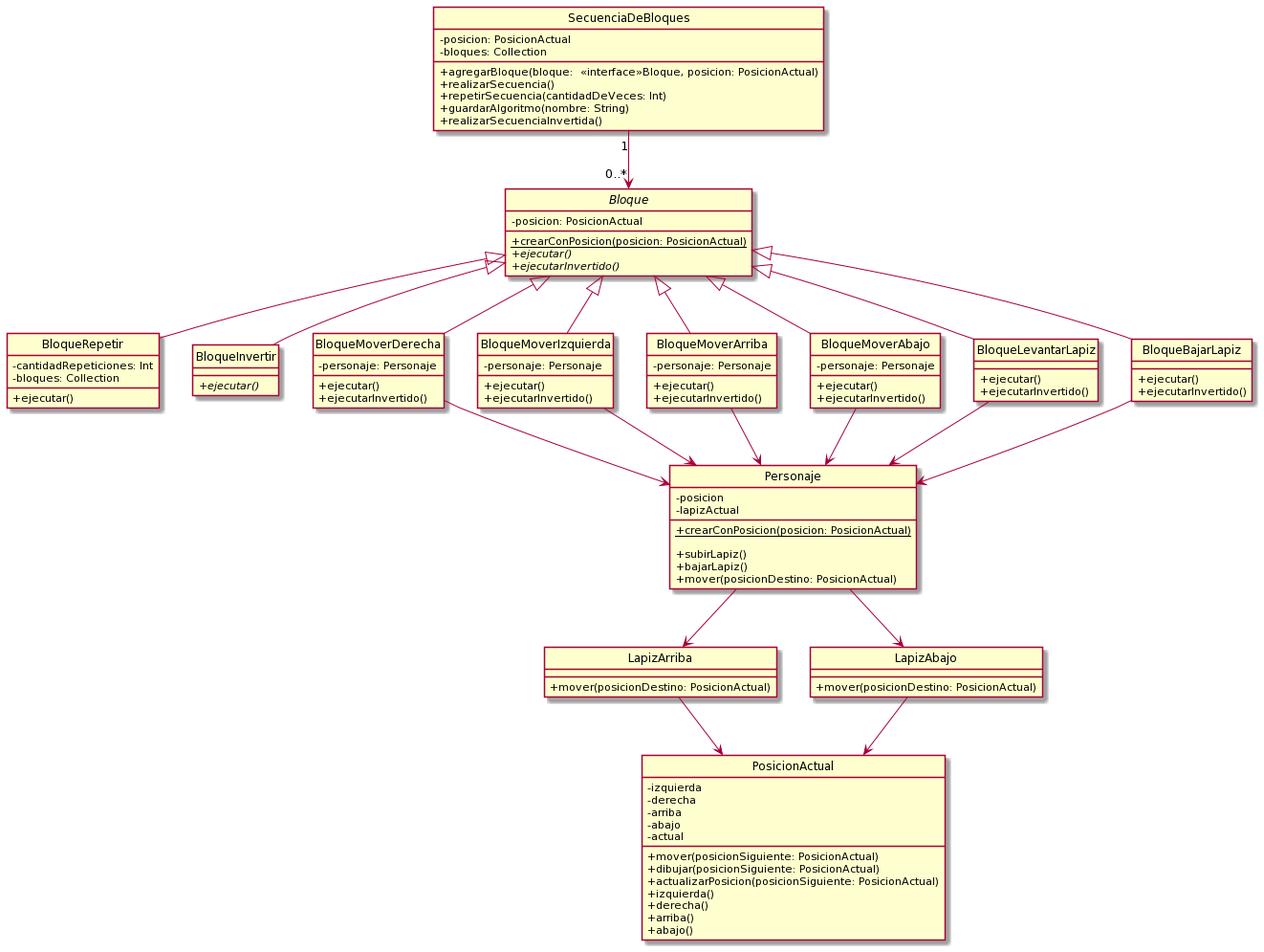
Above: diagramas/secuencia.png in gsabatino9/TP2---algoritmos-3 (PlantUML), before the change. Source of this version:
```plantuml
@startuml
hide circle
skinparam classAttributeIconSize 0

class SecuenciaDeBloques{
-posicion: PosicionActual
-bloques: Collection

+agregarBloque(bloque:  <<interface>>Bloque, posicion: PosicionActual)
+realizarSecuencia()
+repetirSecuencia(cantidadDeVeces: Int)
+guardarAlgoritmo(nombre: String)
+realizarSecuenciaInvertida()
}

class BloqueRepetir{
-cantidadRepeticiones: Int
-bloques: Collection

+ejecutar()
}


interface Bloque{
-posicion: PosicionActual

+{static} crearConPosicion(posicion: PosicionActual)
+{abstract} ejecutar()
+{abstract}ejecutarInvertido()
}


class BloqueInvertir{
+{abstract}ejecutar()
}

class BloqueMoverDerecha{
-personaje: Personaje

+ejecutar()
+ejecutarInvertido()
}

class BloqueMoverIzquierda{
-personaje: Personaje

+ejecutar()
+ejecutarInvertido()
}

class BloqueMoverArriba{
-personaje: Personaje

+ejecutar()
+ejecutarInvertido()
}

class BloqueMoverAbajo{
-personaje: Personaje

+ejecutar()
+ejecutarInvertido()
}


class BloqueLevantarLapiz{
+ejecutar()
+ejecutarInvertido()
}

class BloqueBajarLapiz{
+ejecutar()
+ejecutarInvertido()
}

class Personaje{
-posicion
-lapizActual

+{static} crearConPosicion(posicion: PosicionActual)

+subirLapiz()
+bajarLapiz()
+mover(posicionDestino: PosicionActual)
}

class LapizArriba{
+mover(posicionDestino: PosicionActual)
}

class LapizAbajo{
+mover(posicionDestino: PosicionActual)
}


class PosicionActual{
-izquierda
-derecha
-arriba
-abajo
-actual

+mover(posicionSiguiente: PosicionActual)
+dibujar(posicionSiguiente: PosicionActual)
+actualizarPosicion(posicionSiguiente: PosicionActual)
+izquierda()
+derecha()
+arriba()
+abajo()
}



SecuenciaDeBloques "1" --> "0..*" Bloque


Bloque <|-- BloqueMoverDerecha
Bloque <|-- BloqueMoverIzquierda
Bloque <|-- BloqueMoverArriba
Bloque <|-- BloqueMoverAbajo

Bloque <|-- BloqueLevantarLapiz
Bloque <|-- BloqueBajarLapiz

Bloque <|-- BloqueRepetir
Bloque <|-- BloqueInvertir


BloqueMoverDerecha --> Personaje
BloqueMoverIzquierda --> Personaje
BloqueMoverArriba --> Personaje
BloqueMoverAbajo --> Personaje

BloqueLevantarLapiz --> Personaje
BloqueBajarLapiz --> Personaje

Personaje --> LapizArriba
Personaje --> LapizAbajo

LapizArriba --> PosicionActual
LapizAbajo --> PosicionActual
@enduml
```
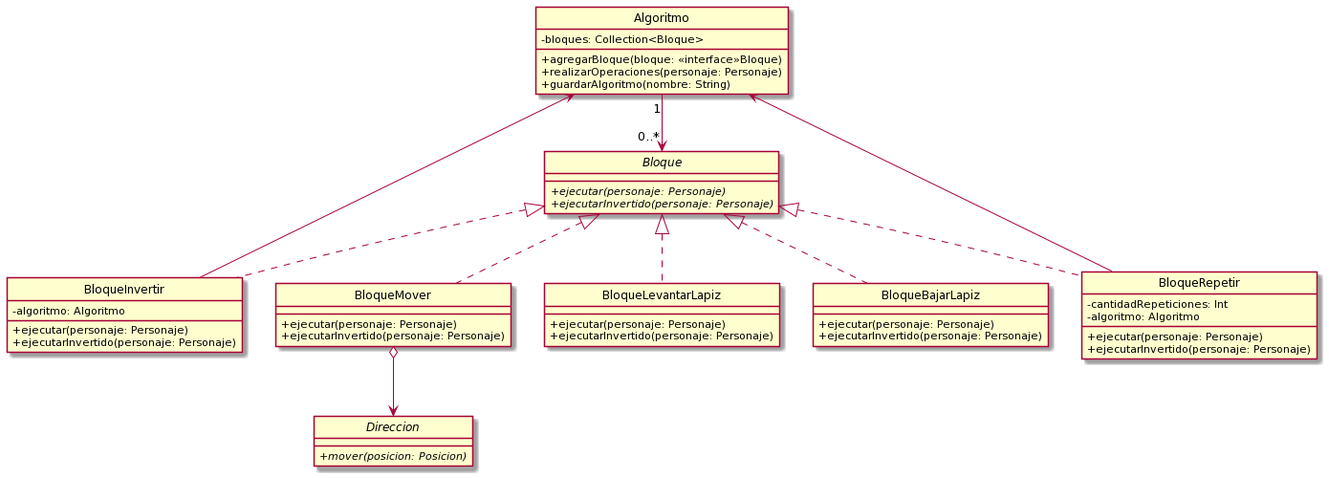
After the change.

Change to the diagram source:
```diff
@@ -2,141 +2,75 @@
 hide circle
 skinparam classAttributeIconSize 0
 
-class SecuenciaDeBloques{
--posicion: PosicionActual
--bloques: Collection
+class Algoritmo{
+-bloques: Collection<Bloque>
 
-+agregarBloque(bloque:  <<interface>>Bloque, posicion: PosicionActual)
-+realizarSecuencia()
-+repetirSecuencia(cantidadDeVeces: Int)
++agregarBloque(bloque: <<interface>>Bloque)
++realizarOperaciones(personaje: Personaje)
 +guardarAlgoritmo(nombre: String)
-+realizarSecuenciaInvertida()
-}
-
-class BloqueRepetir{
--cantidadRepeticiones: Int
--bloques: Collection
-
-+ejecutar()
 }
 
 
+
 interface Bloque{
--posicion: PosicionActual
-
-+{static} crearConPosicion(posicion: PosicionActual)
-+{abstract} ejecutar()
-+{abstract}ejecutarInvertido()
++{abstract} ejecutar(personaje: Personaje)
++{abstract}ejecutarInvertido(personaje: Personaje)
 }
 
 
 class BloqueInvertir{
-+{abstract}ejecutar()
+-algoritmo: Algoritmo
+
++ejecutar(personaje: Personaje)
++ejecutarInvertido(personaje: Personaje)
 }
 
-class BloqueMoverDerecha{
--personaje: Personaje
 
-+ejecutar()
-+ejecutarInvertido()
+
+
+class BloqueMover{
++ejecutar(personaje: Personaje)
++ejecutarInvertido(personaje: Personaje)
 }
 
-class BloqueMoverIzquierda{
--personaje: Personaje
-
-+ejecutar()
-+ejecutarInvertido()
-}
-
-class BloqueMoverArriba{
--personaje: Personaje
-
-+ejecutar()
-+ejecutarInvertido()
-}
-
-class BloqueMoverAbajo{
--personaje: Personaje
-
-+ejecutar()
-+ejecutarInvertido()
+interface Direccion{
++{abstract} mover(posicion: Posicion)
 }
 
 
 class BloqueLevantarLapiz{
-+ejecutar()
-+ejecutarInvertido()
++ejecutar(personaje: Personaje)
++ejecutarInvertido(personaje: Personaje)
 }
 
 class BloqueBajarLapiz{
-+ejecutar()
-+ejecutarInvertido()
-}
-
-class Personaje{
--posicion
--lapizActual
-
-+{static} crearConPosicion(posicion: PosicionActual)
-
-+subirLapiz()
-+bajarLapiz()
-+mover(posicionDestino: PosicionActual)
-}
-
-class LapizArriba{
-+mover(posicionDestino: PosicionActual)
-}
-
-class LapizAbajo{
-+mover(posicionDestino: PosicionActual)
++ejecutar(personaje: Personaje)
++ejecutarInvertido(personaje: Personaje)
 }
 
 
-class PosicionActual{
--izquierda
--derecha
--arriba
--abajo
--actual
+class BloqueRepetir{
+-cantidadRepeticiones: Int
+-algoritmo: Algoritmo
 
-+mover(posicionSiguiente: PosicionActual)
-+dibujar(posicionSiguiente: PosicionActual)
-+actualizarPosicion(posicionSiguiente: PosicionActual)
-+izquierda()
-+derecha()
-+arriba()
-+abajo()
++ejecutar(personaje: Personaje)
++ejecutarInvertido(personaje: Personaje)
 }
 
+Algoritmo "1" --> "0..*" Bloque
 
 
-SecuenciaDeBloques "1" --> "0..*" Bloque
+Bloque <|.. BloqueMover
+
+Bloque <|.. BloqueLevantarLapiz
+Bloque <|.. BloqueBajarLapiz
+
+Bloque <|.. BloqueRepetir
+Bloque <|.. BloqueInvertir
+
+BloqueMover o--> Direccion
 
 
-Bloque <|-- BloqueMoverDerecha
-Bloque <|-- BloqueMoverIzquierda
-Bloque <|-- BloqueMoverArriba
-Bloque <|-- BloqueMoverAbajo
-
-Bloque <|-- BloqueLevantarLapiz
-Bloque <|-- BloqueBajarLapiz
-
-Bloque <|-- BloqueRepetir
-Bloque <|-- BloqueInvertir
-
-
-BloqueMoverDerecha --> Personaje
-BloqueMoverIzquierda --> Personaje
-BloqueMoverArriba --> Personaje
-BloqueMoverAbajo --> Personaje
-
-BloqueLevantarLapiz --> Personaje
-BloqueBajarLapiz --> Personaje
-
-Personaje --> LapizArriba
-Personaje --> LapizAbajo
-
-LapizArriba --> PosicionActual
-LapizAbajo --> PosicionActual
+BloqueRepetir -up-> Algoritmo
+BloqueInvertir -up-> Algoritmo
 @enduml
```
